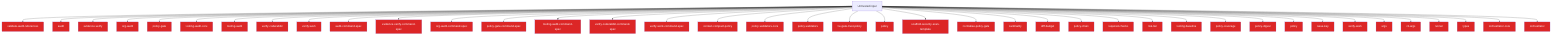
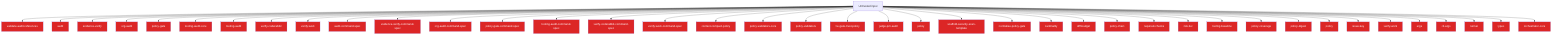
flowchart TD
  Untrusted["Untrusted input"]
  validate_audit_references_811f872a["validate-audit-references"]
  Untrusted --> validate_audit_references_811f872a
  audit_b81f37a0["audit"]
  Untrusted --> audit_b81f37a0
  evidence_verify_3b73c290["evidence-verify"]
  Untrusted --> evidence_verify_3b73c290
  org_audit_d739e44b["org-audit"]
  Untrusted --> org_audit_d739e44b
  policy_gate_213f7313["policy-gate"]
  Untrusted --> policy_gate_213f7313
  tooling_audit_core_328d6a41["tooling-audit-core"]
  Untrusted --> tooling_audit_core_328d6a41
  tooling_audit_8a8239ff["tooling-audit"]
  Untrusted --> tooling_audit_8a8239ff
  verify_coderabbit_490b4e71["verify-coderabbit"]
  Untrusted --> verify_coderabbit_490b4e71
  verify_work_df70ecac["verify-work"]
  Untrusted --> verify_work_df70ecac
  audit_command_spec_5acf0149["audit-command-spec"]
  Untrusted --> audit_command_spec_5acf0149
  evidence_verify_command_spec_e1cbfea2["evidence-verify-command-spec"]
  Untrusted --> evidence_verify_command_spec_e1cbfea2
  org_audit_command_spec_1a570341["org-audit-command-spec"]
  Untrusted --> org_audit_command_spec_1a570341
  policy_gate_command_spec_71e8726a["policy-gate-command-spec"]
  Untrusted --> policy_gate_command_spec_71e8726a
  tooling_audit_command_spec_e0e57863["tooling-audit-command-spec"]
  Untrusted --> tooling_audit_command_spec_e0e57863
  verify_coderabbit_command_spec_68cc9ec5["verify-coderabbit-command-spec"]
  Untrusted --> verify_coderabbit_command_spec_68cc9ec5
  verify_work_command_spec_d6c94ac8["verify-work-command-spec"]
  Untrusted --> verify_work_command_spec_d6c94ac8
  context_compact_policy_3dcaf95d["context-compact-policy"]
  Untrusted --> context_compact_policy_3dcaf95d
  policy_validators_core_714a3fe7["policy-validators-core"]
  Untrusted --> policy_validators_core_714a3fe7
  policy_validators_6682e192["policy-validators"]
  Untrusted --> policy_validators_6682e192
  he_gate_trust_policy_b1126dfd["he-gate-trust-policy"]
  Untrusted --> he_gate_trust_policy_b1126dfd
+   judge_pm_audit_ccd20b35["judge-pm-audit"]
+   Untrusted --> judge_pm_audit_ccd20b35
  policy_823412d1["policy"]
  Untrusted --> policy_823412d1
  scaffold_security_scan_template_55bc7465["scaffold-security-scan-template"]
  Untrusted --> scaffold_security_scan_template_55bc7465
  normalise_policy_gate_90229693["normalise-policy-gate"]
  Untrusted --> normalise_policy_gate_90229693
  cardinality_ebef8aff["cardinality"]
  Untrusted --> cardinality_ebef8aff
  diff_budget_1_9f85eb1c["diff-budget"]
  Untrusted --> diff_budget_1_9f85eb1c
  policy_chain_0c92e343["policy-chain"]
  Untrusted --> policy_chain_0c92e343
  required_checks_46396214["required-checks"]
  Untrusted --> required_checks_46396214
  risk_tier_1_96b6ff91["risk-tier"]
  Untrusted --> risk_tier_1_96b6ff91
  tooling_baseline_50ab2eeb["tooling-baseline"]
  Untrusted --> tooling_baseline_50ab2eeb
  policy_coverage_dab8febe["policy-coverage"]
  Untrusted --> policy_coverage_dab8febe
  policy_digest_ca7acf0a["policy-digest"]
  Untrusted --> policy_digest_ca7acf0a
  policy_1_fc4198db["policy"]
  Untrusted --> policy_1_fc4198db
  issue_key_305bf3db["issue-key"]
  Untrusted --> issue_key_305bf3db
  verify_work_1_cd8e7ec3["verify-work"]
  Untrusted --> verify_work_1_cd8e7ec3
  args_1_15220d9b["args"]
  Untrusted --> args_1_15220d9b
  cli_args_14_3481043e["cli-args"]
  Untrusted --> cli_args_14_3481043e
  runner_1_6f281bf8["runner"]
  Untrusted --> runner_1_6f281bf8
  types_31_eb363e20["types"]
  Untrusted --> types_31_eb363e20
  orchestrator_core_d0678b53["orchestrator-core"]
  Untrusted --> orchestrator_core_d0678b53
-   orchestrator_1_6b7137c5["orchestrator"]
-   Untrusted --> orchestrator_1_6b7137c5
  classDef securityNode fill:#dc2626,color:#fff
-   class validate_audit_references_811f872a,audit_b81f37a0,evidence_verify_3b73c290,org_audit_d739e44b,policy_gate_213f7313,tooling_audit_core_328d6a41,tooling_audit_8a8239ff,verify_coderabbit_490b4e71,verify_work_df70ecac,audit_command_spec_5acf0149,evidence_verify_command_spec_e1cbfea2,org_audit_command_spec_1a570341,policy_gate_command_spec_71e8726a,tooling_audit_command_spec_e0e57863,verify_coderabbit_command_spec_68cc9ec5,verify_work_command_spec_d6c94ac8,context_compact_policy_3dcaf95d,policy_validators_core_714a3fe7,policy_validators_6682e192,he_gate_trust_policy_b1126dfd,policy_823412d1,scaffold_security_scan_template_55bc7465,normalise_policy_gate_90229693,cardinality_ebef8aff,diff_budget_1_9f85eb1c,policy_chain_0c92e343,required_checks_46396214,risk_tier_1_96b6ff91,tooling_baseline_50ab2eeb,policy_coverage_dab8febe,policy_digest_ca7acf0a,policy_1_fc4198db,issue_key_305bf3db,verify_work_1_cd8e7ec3,args_1_15220d9b,cli_args_14_3481043e,runner_1_6f281bf8,types_31_eb363e20,orchestrator_core_d0678b53,orchestrator_1_6b7137c5 securityNode
+   class validate_audit_references_811f872a,audit_b81f37a0,evidence_verify_3b73c290,org_audit_d739e44b,policy_gate_213f7313,tooling_audit_core_328d6a41,tooling_audit_8a8239ff,verify_coderabbit_490b4e71,verify_work_df70ecac,audit_command_spec_5acf0149,evidence_verify_command_spec_e1cbfea2,org_audit_command_spec_1a570341,policy_gate_command_spec_71e8726a,tooling_audit_command_spec_e0e57863,verify_coderabbit_command_spec_68cc9ec5,verify_work_command_spec_d6c94ac8,context_compact_policy_3dcaf95d,policy_validators_core_714a3fe7,policy_validators_6682e192,he_gate_trust_policy_b1126dfd,judge_pm_audit_ccd20b35,policy_823412d1,scaffold_security_scan_template_55bc7465,normalise_policy_gate_90229693,cardinality_ebef8aff,diff_budget_1_9f85eb1c,policy_chain_0c92e343,required_checks_46396214,risk_tier_1_96b6ff91,tooling_baseline_50ab2eeb,policy_coverage_dab8febe,policy_digest_ca7acf0a,policy_1_fc4198db,issue_key_305bf3db,verify_work_1_cd8e7ec3,args_1_15220d9b,cli_args_14_3481043e,runner_1_6f281bf8,types_31_eb363e20,orchestrator_core_d0678b53 securityNode
